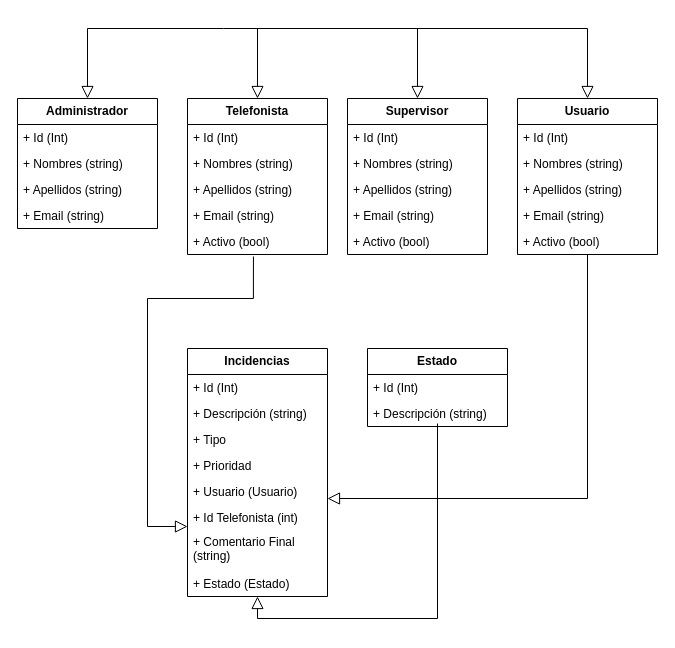
Earlier version of the draw.io diagram Modelo de Dominio/TPC Call Center - Grupo 14A.drawio (lautaroprograma/call-center-grupo-14A). Source tidied: cells renumbered, new cells numbered last; positions are measured from the earlier drawing's top-left corner, leaving out a move shared by most shapes. Both pictures are drawn from the tidied source at 100%, with x=0, y=0 at pixel (17, 28).
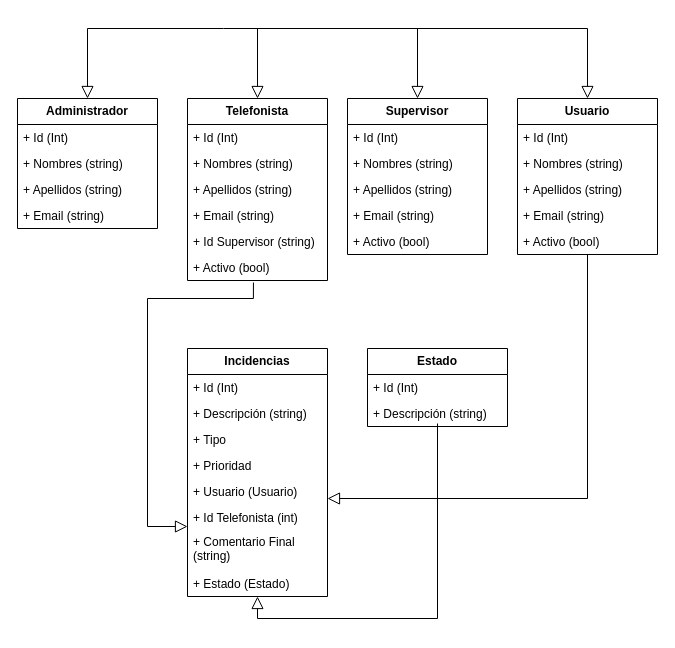
Above is the later version.

Commit message:
Docs (Modelo de Dominio): Agregado de atributo 'Id Supervisor' en la clase 'Telefonista'

The edit, as a diff of the source:
```diff
@@
     <mxCell id="24" value="&lt;b&gt;Telefonista&lt;/b&gt;" style="swimlane;fontStyle=0;horizontal=1;startSize=26;fillColor=none;whiteSpace=wrap;html=1;" parent="1" vertex="1">
-      <mxGeometry x="170" y="70" width="140" height="156" as="geometry" />
+      <mxGeometry x="170" y="70" width="140" height="182" as="geometry" />
     </mxCell>
@@
+    <mxCell id="44" value="+ Id Supervisor (string)" style="text;strokeColor=none;fillColor=none;align=left;verticalAlign=top;spacingLeft=4;spacingRight=4;overflow=hidden;whiteSpace=wrap;html=1;" parent="24" vertex="1">
+      <mxGeometry y="130" width="140" height="26" as="geometry" />
+    </mxCell>
     <mxCell id="29" value="+ Activo (bool)" style="text;strokeColor=none;fillColor=none;align=left;verticalAlign=top;spacingLeft=4;spacingRight=4;overflow=hidden;points=[[0,0.5],[1,0.5]];portConstraint=eastwest;whiteSpace=wrap;html=1;" parent="24" vertex="1">
-      <mxGeometry y="130" width="140" height="26" as="geometry" />
+      <mxGeometry y="156" width="140" height="26" as="geometry" />
     </mxCell>
```
